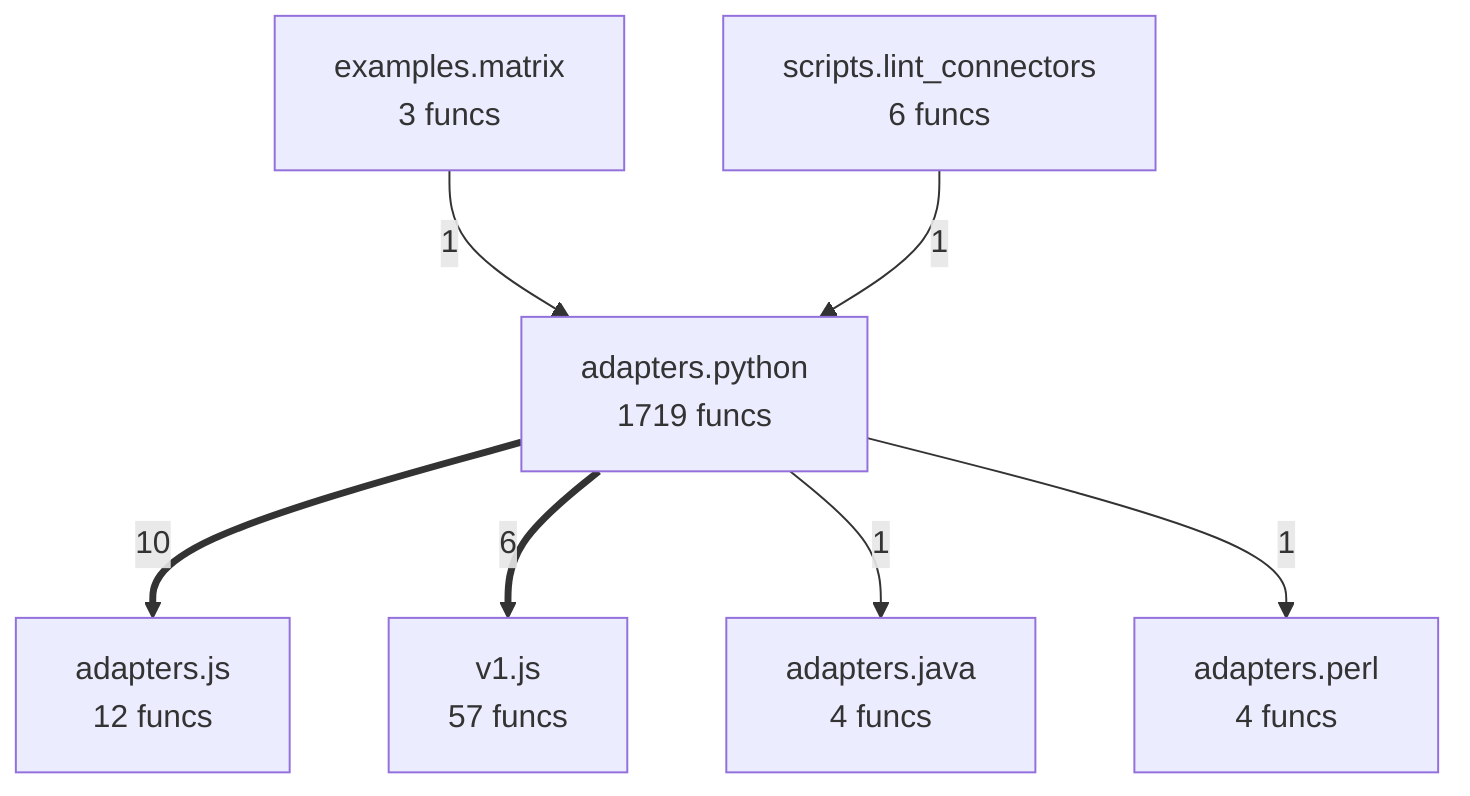
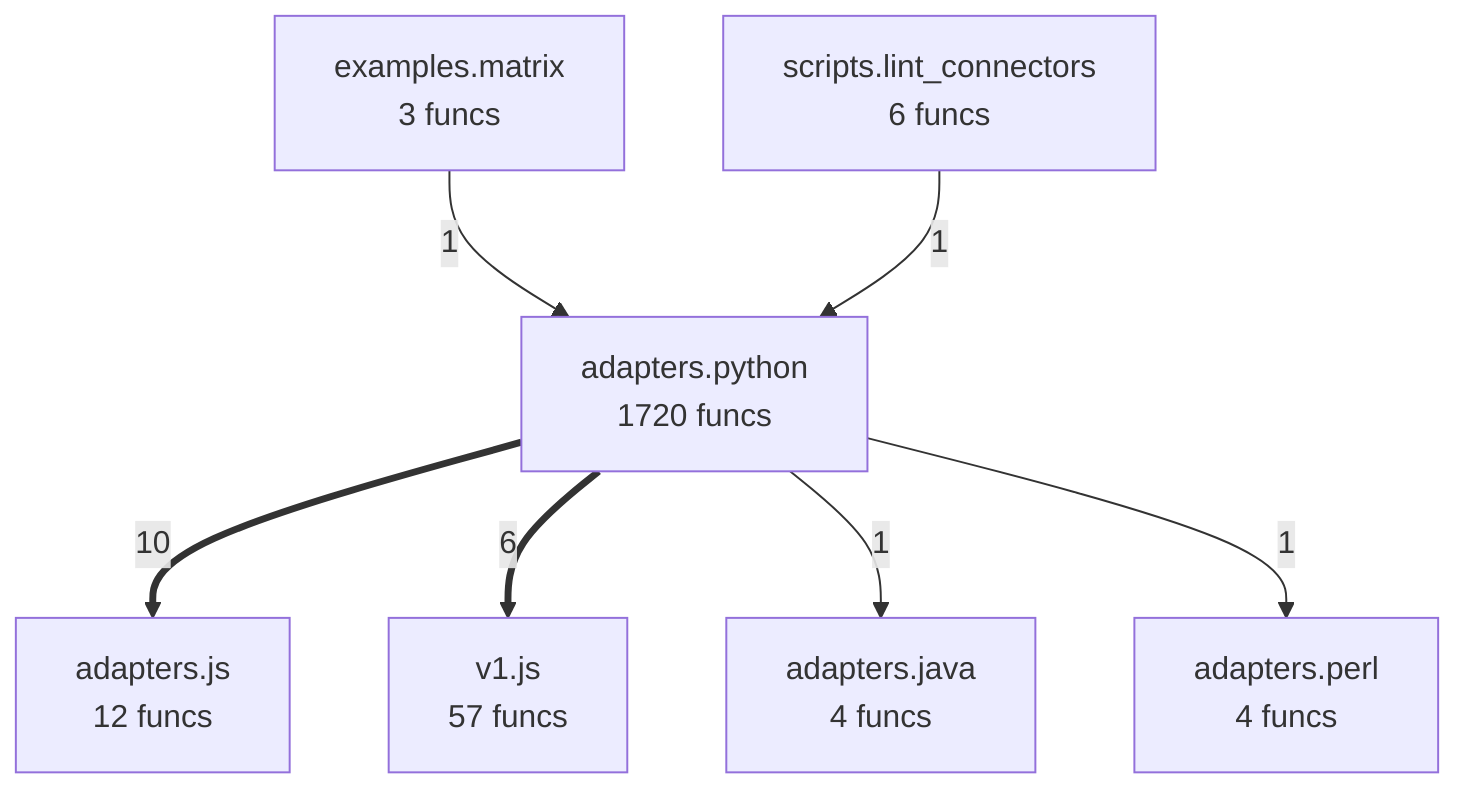
flowchart TD
- %% generated in 0.05s
+ %% generated in 0.04s
    adapters__java["adapters.java<br/>4 funcs"]
    adapters__js["adapters.js<br/>12 funcs"]
    adapters__perl["adapters.perl<br/>4 funcs"]
-     adapters__python["adapters.python<br/>1719 funcs"]
+     adapters__python["adapters.python<br/>1720 funcs"]
    examples__matrix["examples.matrix<br/>3 funcs"]
    scripts__lint_connectors["scripts.lint_connectors<br/>6 funcs"]
    v1__js["v1.js<br/>57 funcs"]
    adapters__python ==>|10| adapters__js
    adapters__python ==>|6| v1__js
    examples__matrix -->|1| adapters__python
    scripts__lint_connectors -->|1| adapters__python
    adapters__python -->|1| adapters__java
    adapters__python -->|1| adapters__perl
